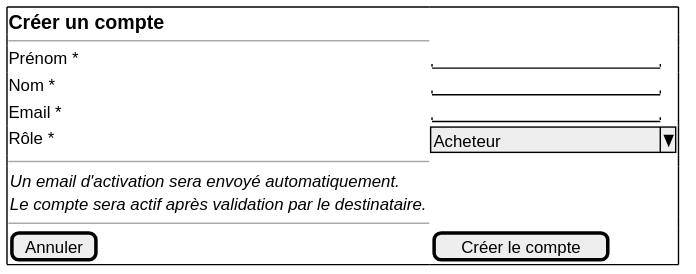
Earlier version of the PlantUML export architecture/04-physical-architecture/diagrams/ihm-admin-form-compte.svg (louistalvande/online_shop).
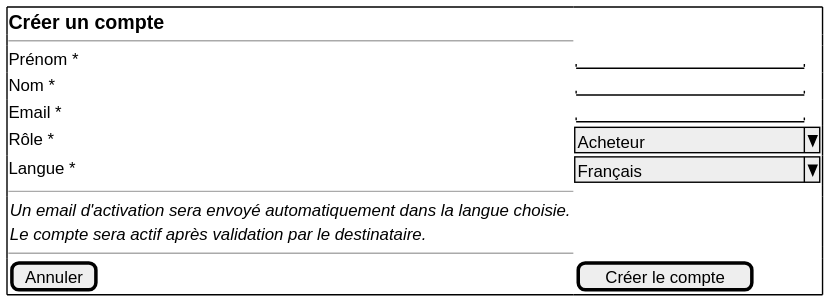
Above is the later version.

What changed in the source:
```diff
@@ -8,9 +8,10 @@
   Nom *     | "                    "
   Email *   | "                    "
   Rôle *    | ^Acheteur            ^
+  Langue *  | ^Français            ^
   --
   {
-    <i>Un email d'activation sera envoyé automatiquement.
+    <i>Un email d'activation sera envoyé automatiquement dans la langue choisie.
     <i>Le compte sera actif après validation par le destinataire.
   }
   --
```
